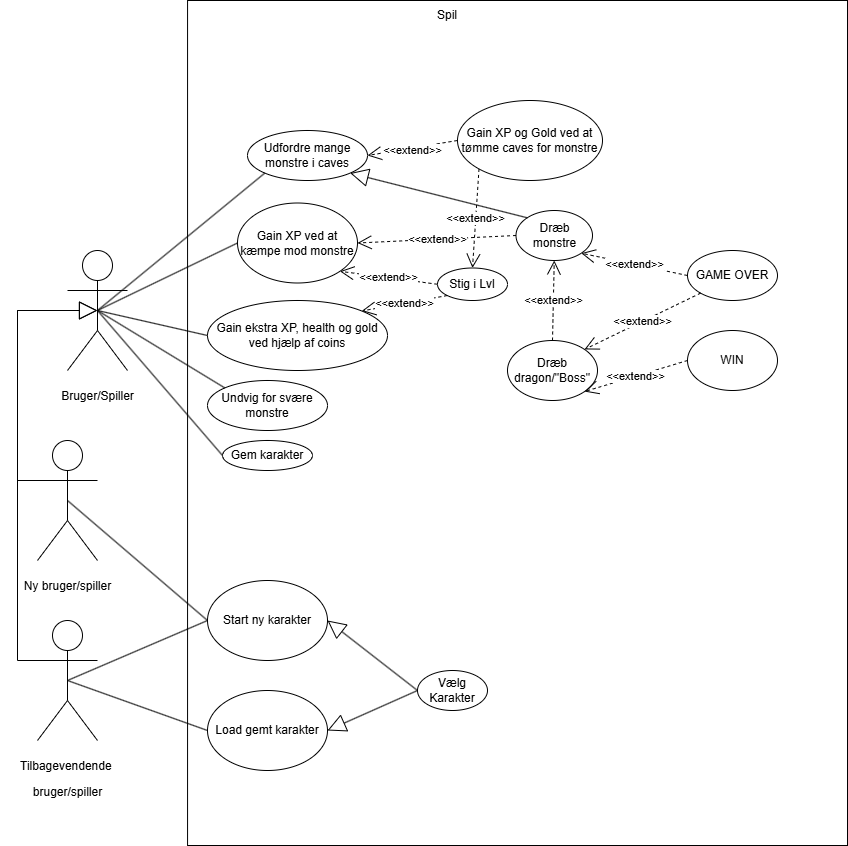
FrederikVesterMingledSundew/softwareudvikling_aflevering keeps this draw.io diagram as Dokumentations_includes/Use case diagram.drawio.png. Above is the earlier version. Source tidied: cells renumbered, new cells last; positions are measured from the earlier drawing's top-left corner, leaving out a move shared by most shapes. The source it was exported from:
```xml
<mxGraphModel>
  <root>
    <mxCell id="0" />
    <mxCell id="1" parent="0" />
    <mxCell id="2" style="rounded=0;whiteSpace=wrap;html=1;" parent="1" vertex="1">
      <mxGeometry x="170.1" width="659.9" height="845" as="geometry" />
    </mxCell>
    <mxCell id="3" value="&lt;p&gt;Bruger/Spiller&lt;/p&gt;" style="shape=umlActor;verticalLabelPosition=bottom;verticalAlign=top;html=1;outlineConnect=0;" parent="1" vertex="1">
      <mxGeometry x="50" y="250" width="60" height="120" as="geometry" />
    </mxCell>
    <mxCell id="4" value="Spil" style="text;html=1;align=center;verticalAlign=middle;whiteSpace=wrap;rounded=0;" parent="1" vertex="1">
      <mxGeometry x="400" width="60" height="30" as="geometry" />
    </mxCell>
    <mxCell id="5" value="Vælg Karakter" style="ellipse;whiteSpace=wrap;html=1;" parent="1" vertex="1">
      <mxGeometry x="400" y="670" width="70" height="40" as="geometry" />
    </mxCell>
    <mxCell id="6" value="Gain XP ved at kæmpe mod monstre" style="ellipse;whiteSpace=wrap;html=1;" parent="1" vertex="1">
      <mxGeometry x="220" y="202.5" width="120" height="80" as="geometry" />
    </mxCell>
    <mxCell id="7" value="Undvig for svære monstre" style="ellipse;whiteSpace=wrap;html=1;" parent="1" vertex="1">
      <mxGeometry x="190" y="380" width="120" height="50" as="geometry" />
    </mxCell>
    <mxCell id="8" value="Stig i Lvl" style="ellipse;whiteSpace=wrap;html=1;" parent="1" vertex="1">
      <mxGeometry x="420" y="267.5" width="70" height="32.5" as="geometry" />
    </mxCell>
    <mxCell id="9" style="endArrow=none;html=1;rounded=0;entryX=0;entryY=0.5;entryDx=0;entryDy=0;exitX=0.5;exitY=0.5;exitDx=0;exitDy=0;exitPerimeter=0;" parent="1" edge="1" source="3" target="6">
      <mxGeometry relative="1" as="geometry" />
    </mxCell>
    <mxCell id="10" style="endArrow=none;html=1;rounded=0;entryX=0;entryY=0;entryDx=0;entryDy=0;exitX=0.5;exitY=0.5;exitDx=0;exitDy=0;exitPerimeter=0;" parent="1" edge="1" source="3" target="7">
      <mxGeometry relative="1" as="geometry" />
    </mxCell>
    <mxCell id="11" value="&lt;p&gt;Ny bruger/s&lt;span style=&quot;background-color: transparent; color: light-dark(rgb(0, 0, 0), rgb(255, 255, 255));&quot;&gt;piller&lt;/span&gt;&lt;/p&gt;" style="shape=umlActor;verticalLabelPosition=bottom;verticalAlign=top;html=1;outlineConnect=0;" parent="1" vertex="1">
      <mxGeometry x="20" y="440" width="60" height="120" as="geometry" />
    </mxCell>
    <mxCell id="12" value="&lt;p&gt;Tilbagevendende&amp;nbsp;&lt;/p&gt;&lt;p&gt;bruger/spiller&lt;/p&gt;" style="shape=umlActor;verticalLabelPosition=bottom;verticalAlign=top;html=1;outlineConnect=0;" parent="1" vertex="1">
      <mxGeometry x="20" y="620" width="60" height="120" as="geometry" />
    </mxCell>
    <mxCell id="13" value="&lt;div&gt;&lt;br&gt;&lt;/div&gt;" style="endArrow=block;endSize=16;endFill=0;html=1;rounded=0;exitX=0;exitY=0.3333333333333333;exitDx=0;exitDy=0;exitPerimeter=0;" parent="1" edge="1">
      <mxGeometry x="-0.88" y="20" relative="1" as="geometry">
        <mxPoint x="50" y="660" as="sourcePoint" />
        <mxPoint x="80" y="310" as="targetPoint" />
        <Array as="points">
          <mxPoint y="660" />
          <mxPoint y="310" />
        </Array>
        <mxPoint x="1" as="offset" />
      </mxGeometry>
    </mxCell>
    <mxCell id="14" style="endArrow=block;endSize=16;endFill=0;html=1;rounded=0;exitX=0;exitY=0.3333333333333333;exitDx=0;exitDy=0;exitPerimeter=0;entryX=0.5;entryY=0.5;entryDx=0;entryDy=0;entryPerimeter=0;" parent="1" edge="1">
      <mxGeometry x="-0.82" y="20" relative="1" as="geometry">
        <mxPoint x="50" y="480" as="sourcePoint" />
        <mxPoint x="80" y="310" as="targetPoint" />
        <Array as="points">
          <mxPoint y="480" />
          <mxPoint y="310" />
        </Array>
        <mxPoint x="1" as="offset" />
      </mxGeometry>
    </mxCell>
    <mxCell id="15" value="Start ny karakter" style="ellipse;whiteSpace=wrap;html=1;" parent="1" vertex="1">
      <mxGeometry x="190" y="580" width="120" height="80" as="geometry" />
    </mxCell>
    <mxCell id="16" value="Load gemt karakter" style="ellipse;whiteSpace=wrap;html=1;" parent="1" vertex="1">
      <mxGeometry x="190" y="690" width="120" height="80" as="geometry" />
    </mxCell>
    <mxCell id="17" style="endArrow=none;html=1;rounded=0;exitX=0.5;exitY=0.5;exitDx=0;exitDy=0;exitPerimeter=0;entryX=0;entryY=0.5;entryDx=0;entryDy=0;" parent="1" edge="1" source="12" target="16">
      <mxGeometry relative="1" as="geometry" />
    </mxCell>
    <mxCell id="18" style="endArrow=none;html=1;rounded=0;exitX=0.5;exitY=0.5;exitDx=0;exitDy=0;exitPerimeter=0;entryX=0;entryY=0.5;entryDx=0;entryDy=0;" parent="1" edge="1" source="11" target="15">
      <mxGeometry relative="1" as="geometry" />
    </mxCell>
    <mxCell id="19" style="endArrow=block;endSize=16;endFill=0;html=1;rounded=0;exitX=0;exitY=0.5;exitDx=0;exitDy=0;entryX=1;entryY=0.5;entryDx=0;entryDy=0;" parent="1" edge="1" source="5" target="15">
      <mxGeometry relative="1" as="geometry" />
    </mxCell>
    <mxCell id="20" style="endArrow=block;endSize=16;endFill=0;html=1;rounded=0;entryX=1;entryY=0.5;entryDx=0;entryDy=0;exitX=0;exitY=0.5;exitDx=0;exitDy=0;" parent="1" edge="1" source="5" target="16">
      <mxGeometry relative="1" as="geometry" />
    </mxCell>
    <mxCell id="21" style="endArrow=none;html=1;rounded=0;exitX=0.5;exitY=0.5;exitDx=0;exitDy=0;exitPerimeter=0;entryX=0;entryY=0.5;entryDx=0;entryDy=0;" parent="1" edge="1" source="12" target="15">
      <mxGeometry relative="1" as="geometry" />
    </mxCell>
    <mxCell id="22" value="&amp;lt;&amp;lt;extend&amp;gt;&amp;gt;" style="endArrow=open;endSize=12;dashed=1;html=1;rounded=0;exitX=0;exitY=0.5;exitDx=0;exitDy=0;entryX=1;entryY=1;entryDx=0;entryDy=0;" parent="1" edge="1" source="8" target="6">
      <mxGeometry relative="1" as="geometry" />
    </mxCell>
    <mxCell id="23" value="Gem karakter" style="ellipse;whiteSpace=wrap;html=1;" parent="1" vertex="1">
      <mxGeometry x="205" y="440" width="90" height="30" as="geometry" />
    </mxCell>
    <mxCell id="24" style="endArrow=none;html=1;rounded=0;entryX=0.5;entryY=0.5;entryDx=0;entryDy=0;entryPerimeter=0;exitX=0;exitY=0.5;exitDx=0;exitDy=0;" parent="1" edge="1" source="23" target="3">
      <mxGeometry relative="1" as="geometry" />
    </mxCell>
    <mxCell id="25" value="Gain ekstra XP, health og gold ved hjælp af coins" style="ellipse;whiteSpace=wrap;html=1;" parent="1" vertex="1">
      <mxGeometry x="190" y="300" width="180" height="70" as="geometry" />
    </mxCell>
    <mxCell id="26" style="endArrow=none;html=1;rounded=0;entryX=0;entryY=0.5;entryDx=0;entryDy=0;" parent="1" edge="1" target="25">
      <mxGeometry relative="1" as="geometry">
        <mxPoint x="80" y="310" as="sourcePoint" />
      </mxGeometry>
    </mxCell>
    <mxCell id="27" value="Dræb monstre" style="ellipse;whiteSpace=wrap;html=1;" parent="1" vertex="1">
      <mxGeometry x="498.5" y="210" width="76.5" height="50" as="geometry" />
    </mxCell>
    <mxCell id="28" value="&amp;lt;&amp;lt;extend&amp;gt;&amp;gt;" style="endArrow=open;endSize=12;dashed=1;html=1;rounded=0;exitX=0;exitY=0.5;exitDx=0;exitDy=0;entryX=1;entryY=0.5;entryDx=0;entryDy=0;" parent="1" edge="1" source="27" target="6">
      <mxGeometry relative="1" as="geometry" />
    </mxCell>
    <mxCell id="29" value="Dræb dragon/&quot;Boss&quot;" style="ellipse;whiteSpace=wrap;html=1;" parent="1" vertex="1">
      <mxGeometry x="490" y="340" width="90" height="60" as="geometry" />
    </mxCell>
    <mxCell id="30" value="&amp;lt;&amp;lt;extend&amp;gt;&amp;gt;" style="endArrow=open;endSize=12;dashed=1;html=1;rounded=0;exitX=0.5;exitY=0;exitDx=0;exitDy=0;entryX=0.5;entryY=1;entryDx=0;entryDy=0;" parent="1" edge="1" source="29" target="27">
      <mxGeometry relative="1" as="geometry" />
    </mxCell>
    <mxCell id="31" value="&amp;lt;&amp;lt;extend&amp;gt;&amp;gt;" style="endArrow=open;endSize=12;dashed=1;html=1;rounded=0;exitX=0;exitY=1;exitDx=0;exitDy=0;entryX=1;entryY=0;entryDx=0;entryDy=0;" parent="1" edge="1" source="8" target="25">
      <mxGeometry relative="1" as="geometry" />
    </mxCell>
    <mxCell id="32" value="WIN" style="ellipse;whiteSpace=wrap;html=1;" parent="1" vertex="1">
      <mxGeometry x="670" y="330" width="90" height="60" as="geometry" />
    </mxCell>
    <mxCell id="33" value="&amp;lt;&amp;lt;extend&amp;gt;&amp;gt;" style="endArrow=open;endSize=12;dashed=1;html=1;rounded=0;exitX=0;exitY=0.5;exitDx=0;exitDy=0;entryX=1;entryY=1;entryDx=0;entryDy=0;" parent="1" edge="1" source="32" target="29">
      <mxGeometry relative="1" as="geometry" />
    </mxCell>
    <mxCell id="34" value="GAME OVER" style="ellipse;whiteSpace=wrap;html=1;" parent="1" vertex="1">
      <mxGeometry x="670" y="250" width="90" height="50" as="geometry" />
    </mxCell>
    <mxCell id="35" value="&amp;lt;&amp;lt;extend&amp;gt;&amp;gt;" style="endArrow=open;endSize=12;dashed=1;html=1;rounded=0;exitX=0;exitY=1;exitDx=0;exitDy=0;entryX=1;entryY=0;entryDx=0;entryDy=0;" parent="1" edge="1" source="34" target="29">
      <mxGeometry relative="1" as="geometry" />
    </mxCell>
    <mxCell id="36" value="&amp;lt;&amp;lt;extend&amp;gt;&amp;gt;" style="endArrow=open;endSize=12;dashed=1;html=1;rounded=0;exitX=0;exitY=0.5;exitDx=0;exitDy=0;entryX=1;entryY=1;entryDx=0;entryDy=0;" parent="1" edge="1" source="34" target="27">
      <mxGeometry relative="1" as="geometry" />
    </mxCell>
    <mxCell id="37" value="Udfordre mange monstre i caves" style="ellipse;whiteSpace=wrap;html=1;" parent="1" vertex="1">
      <mxGeometry x="230" y="130" width="120" height="50" as="geometry" />
    </mxCell>
    <mxCell id="38" style="endArrow=none;html=1;rounded=0;entryX=0;entryY=1;entryDx=0;entryDy=0;" parent="1" edge="1" target="37">
      <mxGeometry relative="1" as="geometry">
        <mxPoint x="80" y="310" as="sourcePoint" />
      </mxGeometry>
    </mxCell>
    <mxCell id="39" value="&amp;lt;&amp;lt;extend&amp;gt;&amp;gt;" style="endArrow=open;endSize=12;dashed=1;html=1;rounded=0;exitX=0;exitY=0.5;exitDx=0;exitDy=0;entryX=1;entryY=0.5;entryDx=0;entryDy=0;" parent="1" edge="1" source="40" target="37">
      <mxGeometry x="0.01" y="2" relative="1" as="geometry" />
    </mxCell>
    <mxCell id="40" value="Gain XP og Gold ved at tømme caves for monstre" style="ellipse;whiteSpace=wrap;html=1;" parent="1" vertex="1">
      <mxGeometry x="440" y="100" width="145" height="80" as="geometry" />
    </mxCell>
    <mxCell id="41" value="&amp;lt;&amp;lt;extend&amp;gt;&amp;gt;" style="endArrow=open;endSize=12;dashed=1;html=1;rounded=0;exitX=0;exitY=1;exitDx=0;exitDy=0;entryX=0.5;entryY=0;entryDx=0;entryDy=0;" parent="1" edge="1" source="40" target="8">
      <mxGeometry relative="1" as="geometry" />
    </mxCell>
    <mxCell id="42" style="endArrow=block;endSize=16;endFill=0;html=1;rounded=0;exitX=0;exitY=0;exitDx=0;exitDy=0;entryX=1;entryY=1;entryDx=0;entryDy=0;" parent="1" edge="1" source="27" target="37">
      <mxGeometry relative="1" as="geometry" />
    </mxCell>
  </root>
</mxGraphModel>
```
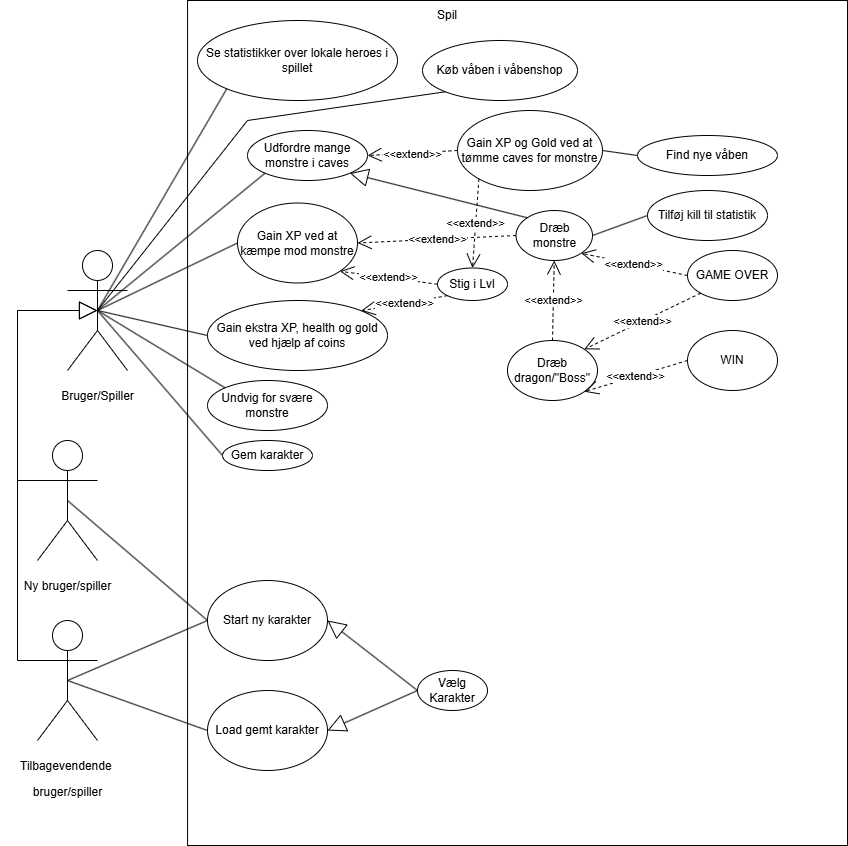
Above is the later version.

The edit, as a diff of the source:
```diff
@@ -137,7 +137,7 @@
       <mxGeometry x="0.01" y="2" relative="1" as="geometry" />
     </mxCell>
     <mxCell id="40" value="Gain XP og Gold ved at tømme caves for monstre" style="ellipse;whiteSpace=wrap;html=1;" parent="1" vertex="1">
-      <mxGeometry x="440" y="100" width="145" height="80" as="geometry" />
+      <mxGeometry x="440" y="110" width="145" height="80" as="geometry" />
     </mxCell>
     <mxCell id="41" value="&amp;lt;&amp;lt;extend&amp;gt;&amp;gt;" style="endArrow=open;endSize=12;dashed=1;html=1;rounded=0;exitX=0;exitY=1;exitDx=0;exitDy=0;entryX=0.5;entryY=0;entryDx=0;entryDy=0;" parent="1" edge="1" source="40" target="8">
       <mxGeometry relative="1" as="geometry" />
@@ -145,5 +145,33 @@
     <mxCell id="42" style="endArrow=block;endSize=16;endFill=0;html=1;rounded=0;exitX=0;exitY=0;exitDx=0;exitDy=0;entryX=1;entryY=1;entryDx=0;entryDy=0;" parent="1" edge="1" source="27" target="37">
       <mxGeometry relative="1" as="geometry" />
     </mxCell>
+    <mxCell id="43" value="Tilføj kill til statistik" style="ellipse;whiteSpace=wrap;html=1;" parent="1" vertex="1">
+      <mxGeometry x="630" y="190" width="120" height="50" as="geometry" />
+    </mxCell>
+    <mxCell id="44" style="endArrow=none;html=1;rounded=0;exitX=1;exitY=0.5;exitDx=0;exitDy=0;entryX=0;entryY=0.5;entryDx=0;entryDy=0;" parent="1" edge="1" source="27" target="43">
+      <mxGeometry relative="1" as="geometry" />
+    </mxCell>
+    <mxCell id="45" value="Find nye våben" style="ellipse;whiteSpace=wrap;html=1;" parent="1" vertex="1">
+      <mxGeometry x="620" y="135" width="140" height="40" as="geometry" />
+    </mxCell>
+    <mxCell id="46" style="endArrow=none;html=1;rounded=0;entryX=1;entryY=0.5;entryDx=0;entryDy=0;exitX=0;exitY=0.5;exitDx=0;exitDy=0;" parent="1" edge="1" source="45" target="40">
+      <mxGeometry relative="1" as="geometry" />
+    </mxCell>
+    <mxCell id="47" value="Se statistikker over lokale heroes i spillet" style="ellipse;whiteSpace=wrap;html=1;" parent="1" vertex="1">
+      <mxGeometry x="180" y="20" width="200" height="80" as="geometry" />
+    </mxCell>
+    <mxCell id="48" style="endArrow=none;html=1;rounded=0;exitX=0.5;exitY=0.5;exitDx=0;exitDy=0;exitPerimeter=0;entryX=0;entryY=1;entryDx=0;entryDy=0;" parent="1" edge="1" source="3" target="47">
+      <mxGeometry relative="1" as="geometry" />
+    </mxCell>
+    <mxCell id="49" value="Køb våben i våbenshop" style="ellipse;whiteSpace=wrap;html=1;" parent="1" vertex="1">
+      <mxGeometry x="405" y="40" width="155" height="60" as="geometry" />
+    </mxCell>
+    <mxCell id="50" style="endArrow=none;html=1;rounded=0;entryX=0;entryY=1;entryDx=0;entryDy=0;exitX=0.5;exitY=0.5;exitDx=0;exitDy=0;exitPerimeter=0;" parent="1" edge="1" source="3" target="49">
+      <mxGeometry relative="1" as="geometry">
+        <Array as="points">
+          <mxPoint x="230" y="120" />
+        </Array>
+      </mxGeometry>
+    </mxCell>
   </root>
 </mxGraphModel>
```
